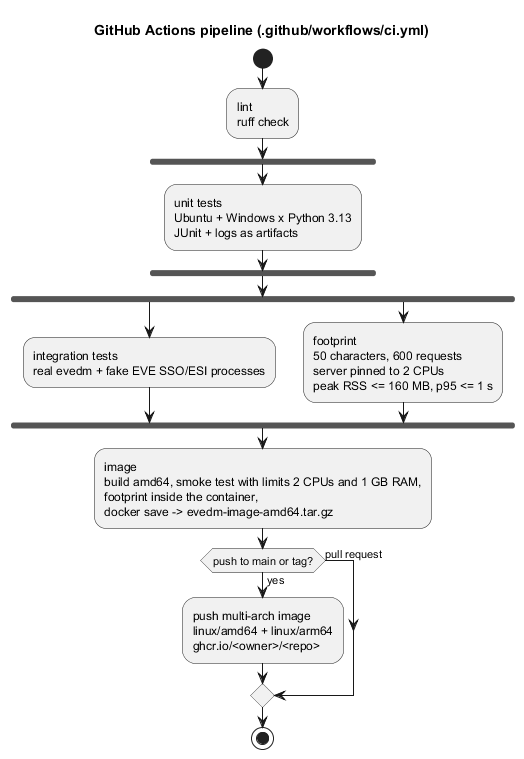
This is docs/diagrams/ci-pipeline.png from Headruner/war-bot-2, a PlantUML export, as it was before one commit.
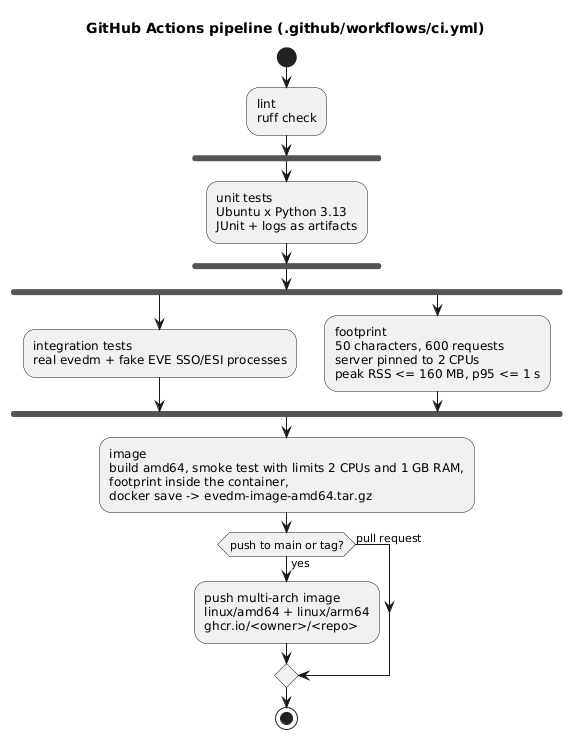
The same diagram one commit later.

Commit message:
ci: drop the windows unit test job

The edit, as a diff of the source:
```diff
@@ -1,11 +1,10 @@
 @startuml ci-pipeline
-!pragma layout smetana
 title GitHub Actions pipeline (.github/workflows/ci.yml)
 skinparam shadowing false
 start
 :lint\nruff check;
 fork
-  :unit tests\nUbuntu + Windows x Python 3.13\nJUnit + logs as artifacts;
+  :unit tests\nUbuntu x Python 3.13\nJUnit + logs as artifacts;
 end fork
 fork
   :integration tests\nreal evedm + fake EVE SSO/ESI processes;
```
